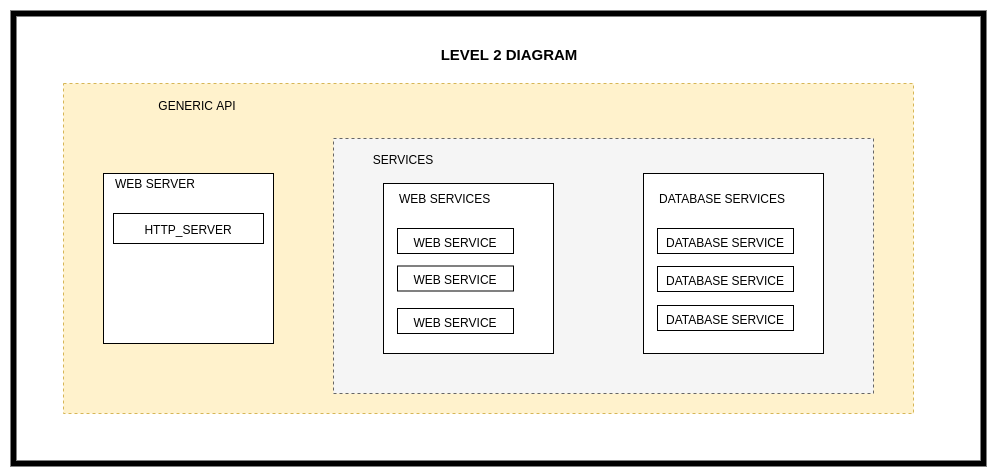
Earlier version of the draw.io export .designs/warehouse_api_soa_level_2.png (webclinic017/warehouse_api). Source tidied: cells renumbered, new cells last; positions are measured from the earlier drawing's top-left corner, leaving out a move shared by most shapes. Its diagram source:
```xml
<mxGraphModel>
  <root>
    <mxCell id="0" />
    <mxCell id="1" parent="0" />
    <mxCell id="2" style="rounded=0;whiteSpace=wrap;html=1;align=center;strokeWidth=6;" parent="1" vertex="1">
      <mxGeometry width="970" height="450" as="geometry" />
    </mxCell>
    <mxCell id="3" style="rounded=0;whiteSpace=wrap;html=1;align=center;dashed=1;fillColor=#fff2cc;strokeColor=#d6b656;" parent="1" vertex="1">
      <mxGeometry x="50" y="70" width="850" height="330" as="geometry" />
    </mxCell>
    <mxCell id="4" value="GENERIC API" style="text;html=1;strokeColor=none;fillColor=none;align=center;verticalAlign=middle;whiteSpace=wrap;rounded=0;dashed=1;" parent="1" vertex="1">
      <mxGeometry x="91.3" y="81" width="186" height="22.1" as="geometry" />
    </mxCell>
    <mxCell id="5" value="&lt;b&gt;LEVEL 2 DIAGRAM&lt;/b&gt;" style="text;html=1;strokeColor=none;fillColor=none;align=center;verticalAlign=middle;whiteSpace=wrap;rounded=0;fontSize=15;" parent="1" vertex="1">
      <mxGeometry x="415.6" y="28.2" width="160.4" height="26.4" as="geometry" />
    </mxCell>
    <mxCell id="6" style="rounded=0;whiteSpace=wrap;html=1;align=center;dashed=1;fillColor=#f5f5f5;strokeColor=#666666;fontColor=#333333;" parent="1" vertex="1">
      <mxGeometry x="320" y="125" width="540" height="255" as="geometry" />
    </mxCell>
    <mxCell id="7" style="whiteSpace=wrap;html=1;align=left;" parent="1" vertex="1">
      <mxGeometry x="370" y="170" width="170" height="170" as="geometry" />
    </mxCell>
    <mxCell id="8" value="WEB SERVICES" style="text;html=1;strokeColor=none;fillColor=none;align=left;verticalAlign=middle;whiteSpace=wrap;rounded=0;" parent="1" vertex="1">
      <mxGeometry x="384" y="175" width="100" height="20" as="geometry" />
    </mxCell>
    <mxCell id="9" value="&lt;font style=&quot;font-size: 12px&quot;&gt;WEB SERVICE&lt;/font&gt;" style="rounded=0;whiteSpace=wrap;html=1;strokeWidth=1;fontSize=15;align=center;" parent="1" vertex="1">
      <mxGeometry x="384" y="215" width="116" height="25" as="geometry" />
    </mxCell>
    <mxCell id="10" value="&lt;font style=&quot;font-size: 12px&quot;&gt;SERVICES&lt;/font&gt;" style="text;html=1;strokeColor=none;fillColor=none;align=center;verticalAlign=middle;whiteSpace=wrap;rounded=0;fontSize=15;" parent="1" vertex="1">
      <mxGeometry x="370" y="135" width="40" height="20" as="geometry" />
    </mxCell>
    <mxCell id="11" value="&lt;font style=&quot;font-size: 12px&quot;&gt;WEB SERVICE&lt;/font&gt;" style="rounded=0;whiteSpace=wrap;html=1;strokeWidth=1;fontSize=15;align=center;" parent="1" vertex="1">
      <mxGeometry x="384" y="252.5" width="116" height="25" as="geometry" />
    </mxCell>
    <mxCell id="12" value="&lt;font style=&quot;font-size: 12px&quot;&gt;WEB SERVICE&lt;/font&gt;" style="rounded=0;whiteSpace=wrap;html=1;strokeWidth=1;fontSize=15;align=center;" parent="1" vertex="1">
      <mxGeometry x="384" y="295" width="116" height="25" as="geometry" />
    </mxCell>
    <mxCell id="13" style="group;" parent="1" vertex="1">
      <mxGeometry x="630" y="160" width="240" height="240" as="geometry" />
    </mxCell>
    <mxCell id="14" style="whiteSpace=wrap;html=1;align=left;" parent="13" vertex="1">
      <mxGeometry width="180" height="180" as="geometry" />
    </mxCell>
    <mxCell id="15" value="DATABASE SERVICES" style="text;html=1;strokeColor=none;fillColor=none;align=left;verticalAlign=middle;whiteSpace=wrap;rounded=0;" parent="13" vertex="1">
      <mxGeometry x="14" y="15" width="130" height="20" as="geometry" />
    </mxCell>
    <mxCell id="16" value="&lt;font style=&quot;font-size: 12px&quot;&gt;DATABASE SERVICE&lt;/font&gt;" style="rounded=0;whiteSpace=wrap;html=1;strokeWidth=1;fontSize=15;align=center;" parent="13" vertex="1">
      <mxGeometry x="14" y="55" width="136" height="25" as="geometry" />
    </mxCell>
    <mxCell id="17" value="&lt;font style=&quot;font-size: 12px&quot;&gt;DATABASE SERVICE&lt;/font&gt;" style="rounded=0;whiteSpace=wrap;html=1;strokeWidth=1;fontSize=15;align=center;" parent="13" vertex="1">
      <mxGeometry x="14" y="93" width="136" height="25" as="geometry" />
    </mxCell>
    <mxCell id="18" value="&lt;font style=&quot;font-size: 12px&quot;&gt;DATABASE SERVICE&lt;/font&gt;" style="rounded=0;whiteSpace=wrap;html=1;strokeWidth=1;fontSize=15;align=center;" parent="13" vertex="1">
      <mxGeometry x="14" y="132" width="136" height="25" as="geometry" />
    </mxCell>
    <mxCell id="19" style="whiteSpace=wrap;html=1;align=left;" parent="1" vertex="1">
      <mxGeometry x="90" y="160" width="170" height="170" as="geometry" />
    </mxCell>
    <mxCell id="20" value="WEB SERVER" style="text;html=1;strokeColor=none;fillColor=none;align=left;verticalAlign=middle;whiteSpace=wrap;rounded=0;" parent="1" vertex="1">
      <mxGeometry x="100" y="160" width="110" height="20" as="geometry" />
    </mxCell>
    <mxCell id="21" value="&lt;font style=&quot;font-size: 12px&quot;&gt;HTTP_SERVER&lt;/font&gt;" style="rounded=0;whiteSpace=wrap;html=1;strokeWidth=1;fontSize=15;align=center;" parent="1" vertex="1">
      <mxGeometry x="100" y="200" width="150" height="30" as="geometry" />
    </mxCell>
  </root>
</mxGraphModel>
```
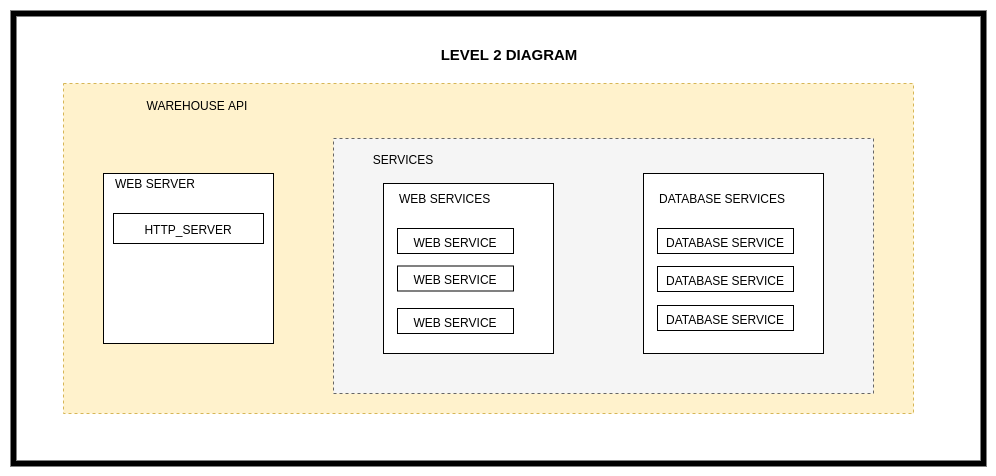
After the change.

Commit message:
Update the README.md and the design diagrams

The edit, as a diff of the source:
```diff
@@ -8,7 +8,7 @@
     <mxCell id="3" style="rounded=0;whiteSpace=wrap;html=1;align=center;dashed=1;fillColor=#fff2cc;strokeColor=#d6b656;" parent="1" vertex="1">
       <mxGeometry x="50" y="70" width="850" height="330" as="geometry" />
     </mxCell>
-    <mxCell id="4" value="GENERIC API" style="text;html=1;strokeColor=none;fillColor=none;align=center;verticalAlign=middle;whiteSpace=wrap;rounded=0;dashed=1;" parent="1" vertex="1">
+    <mxCell id="4" value="WAREHOUSE API" style="text;html=1;strokeColor=none;fillColor=none;align=center;verticalAlign=middle;whiteSpace=wrap;rounded=0;dashed=1;" parent="1" vertex="1">
       <mxGeometry x="91.3" y="81" width="186" height="22.1" as="geometry" />
     </mxCell>
     <mxCell id="5" value="&lt;b&gt;LEVEL 2 DIAGRAM&lt;/b&gt;" style="text;html=1;strokeColor=none;fillColor=none;align=center;verticalAlign=middle;whiteSpace=wrap;rounded=0;fontSize=15;" parent="1" vertex="1">
```
